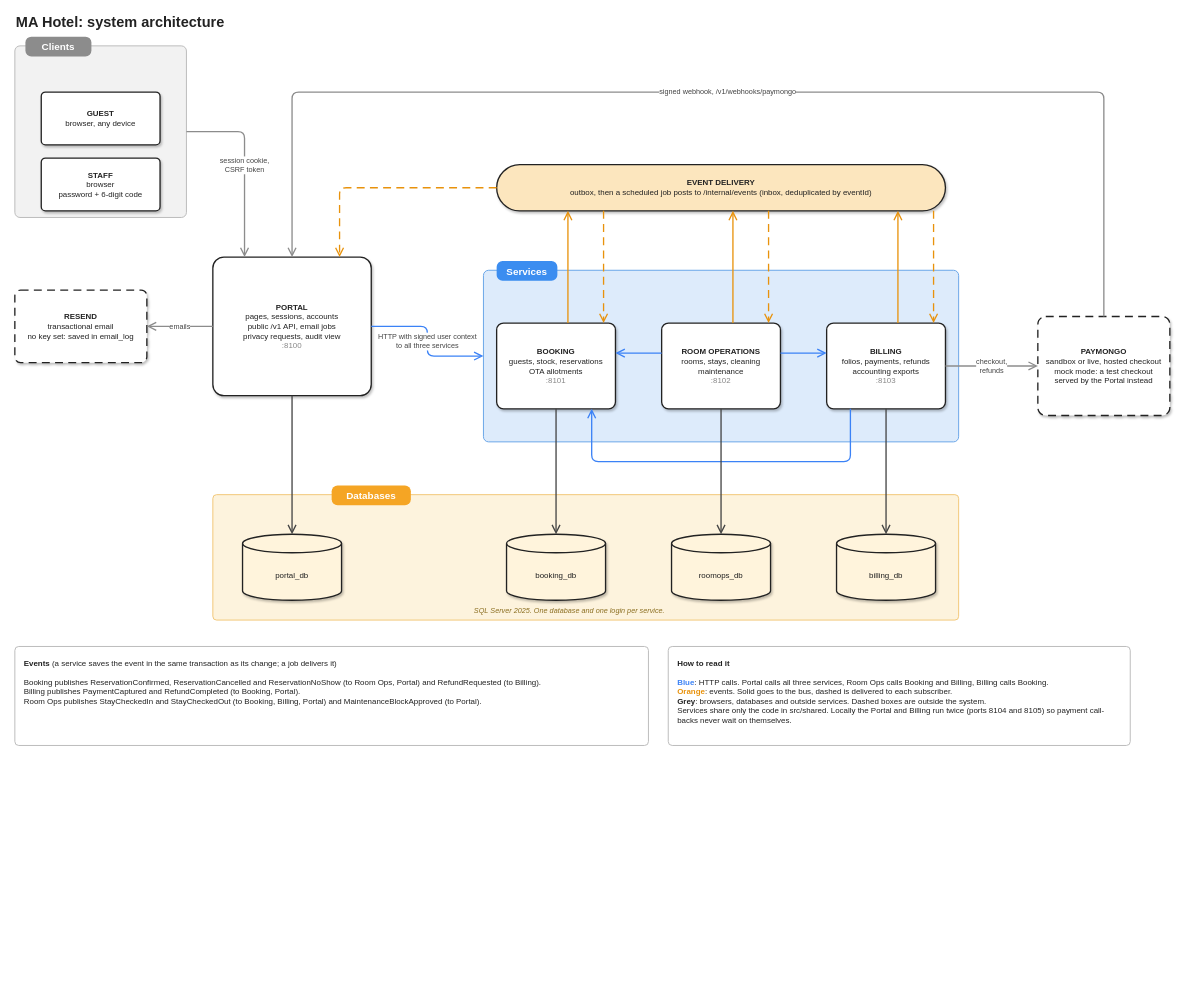
The draw.io diagram docs/architecture.drawio in 4regab/hotel-reservation-pms, before the edit. Source tidied: cells renumbered, new cells numbered last; positions are measured from the earlier drawing's top-left corner, leaving out a move shared by most shapes. Both pictures are drawn from the tidied source at 66%, with x=0, y=0 at pixel (15, 11).
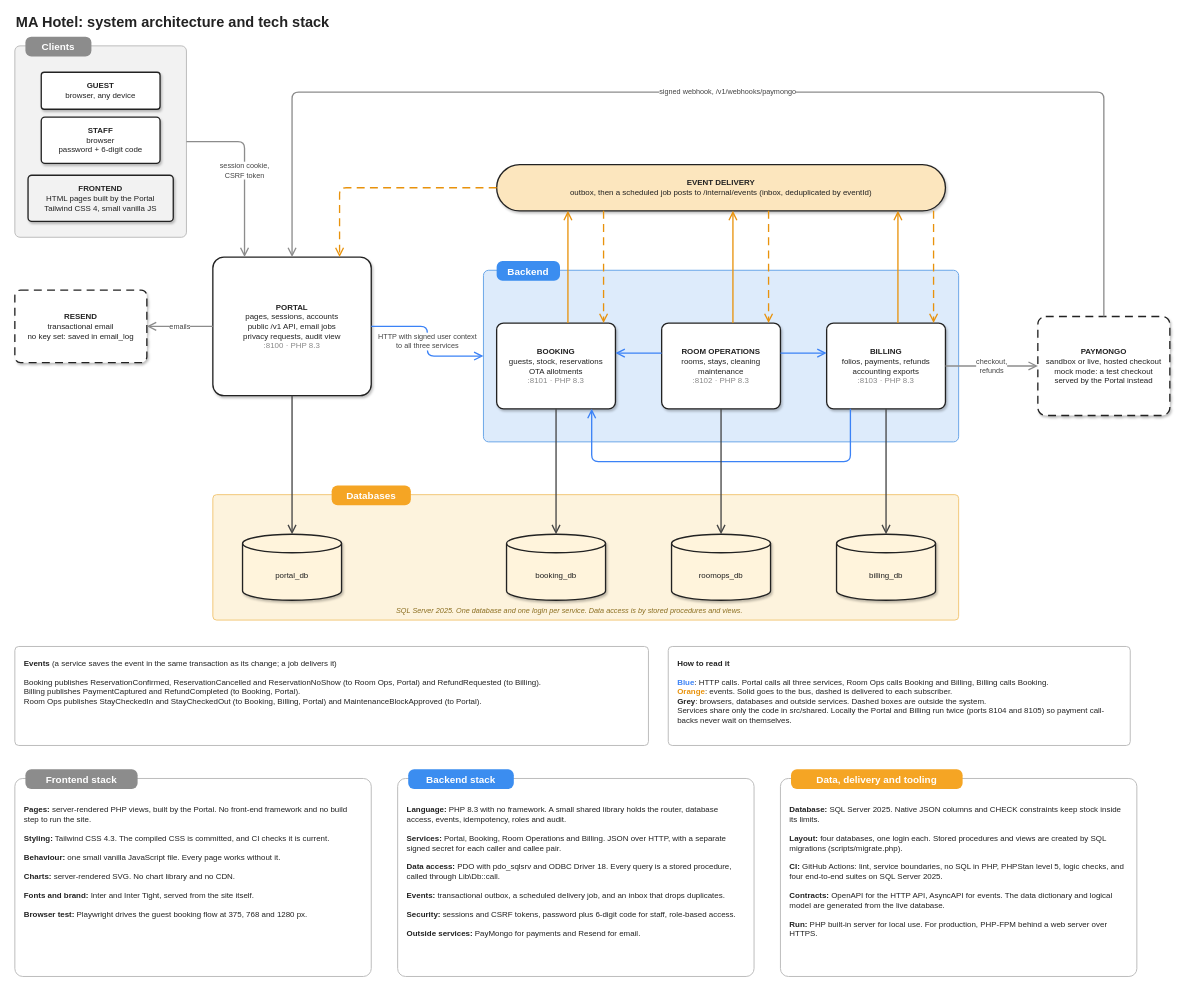
Above is the later version.

Commit message (it also covers changes not shown here):
Architecture diagram: add the frontend, backend and tech stack

Unchanged cells that the change refers to:
```xml
<mxCell id="9" style="rounded=1;arcSize=3;whiteSpace=wrap;html=1;fillColor=#DDEBFB;strokeColor=#6BA6E8;strokeWidth=1.5;" parent="1" vertex="1">
  <mxGeometry x="710" y="392" width="720" height="260" as="geometry" />
</mxCell>
```

Diff of the diagram source:
```diff
@@
-    <mxCell id="2" value="&lt;b&gt;MA Hotel: system architecture&lt;/b&gt;" style="text;html=1;align=left;verticalAlign=middle;fontSize=22;fontFamily=Helvetica;fontColor=#222222;" parent="1" vertex="1">
+    <mxCell id="2" value="&lt;b&gt;MA Hotel: system architecture and tech stack&lt;/b&gt;" style="text;html=1;align=left;verticalAlign=middle;fontSize=22;fontFamily=Helvetica;fontColor=#222222;" parent="1" vertex="1">
       <mxGeometry width="600" height="34" as="geometry" />
     </mxCell>
     <mxCell id="3" style="rounded=1;arcSize=3;whiteSpace=wrap;html=1;fillColor=#F2F2F2;strokeColor=#BDBDBD;strokeWidth=1.5;" parent="1" vertex="1">
-      <mxGeometry y="52" width="260" height="260" as="geometry" />
+      <mxGeometry y="52" width="260" height="290" as="geometry" />
     </mxCell>
@@
     <mxCell id="5" value="&lt;b&gt;GUEST&lt;/b&gt;&lt;br&gt;browser, any device" style="rounded=1;arcSize=8;whiteSpace=wrap;html=1;fillColor=#FFFFFF;strokeColor=#222222;strokeWidth=2;shadow=1;fontFamily=Helvetica;fontSize=12;fontColor=#222222;" parent="3" vertex="1">
-      <mxGeometry x="40" y="70" width="180" height="80" as="geometry" />
+      <mxGeometry x="40" y="40" width="180" height="56" as="geometry" />
     </mxCell>
     <mxCell id="6" value="&lt;b&gt;STAFF&lt;/b&gt;&lt;br&gt;browser&lt;br&gt;password + 6-digit code" style="rounded=1;arcSize=8;whiteSpace=wrap;html=1;fillColor=#FFFFFF;strokeColor=#222222;strokeWidth=2;shadow=1;fontFamily=Helvetica;fontSize=12;fontColor=#222222;" parent="3" vertex="1">
-      <mxGeometry x="40" y="170" width="180" height="80" as="geometry" />
+      <mxGeometry x="40" y="108" width="180" height="70" as="geometry" />
     </mxCell>
+    <mxCell id="44" value="&lt;b&gt;FRONTEND&lt;/b&gt;&lt;br&gt;HTML pages built by the Portal&lt;br&gt;Tailwind CSS 4, small vanilla JS" style="rounded=1;arcSize=8;whiteSpace=wrap;html=1;fillColor=#F2F2F2;strokeColor=#222222;strokeWidth=2;shadow=1;fontFamily=Helvetica;fontSize=12;fontColor=#222222;" parent="3" vertex="1">
+      <mxGeometry x="20" y="196" width="220" height="70" as="geometry" />
+    </mxCell>
@@
-    <mxCell id="8" value="&lt;b&gt;PORTAL&lt;/b&gt;&lt;br&gt;pages, sessions, accounts&lt;br&gt;public /v1 API, email jobs&lt;br&gt;privacy requests, audit view&lt;br&gt;&lt;font color=&quot;#888888&quot;&gt;:8100&lt;/font&gt;" style="rounded=1;arcSize=8;whiteSpace=wrap;html=1;fillColor=#FFFFFF;strokeColor=#222222;strokeWidth=2;shadow=1;fontFamily=Helvetica;fontSize=12;fontColor=#222222;" parent="1" vertex="1">
+    <mxCell id="8" value="&lt;b&gt;PORTAL&lt;/b&gt;&lt;br&gt;pages, sessions, accounts&lt;br&gt;public /v1 API, email jobs&lt;br&gt;privacy requests, audit view&lt;br&gt;&lt;font color=&quot;#888888&quot;&gt;:8100 · PHP 8.3&lt;/font&gt;" style="rounded=1;arcSize=8;whiteSpace=wrap;html=1;fillColor=#FFFFFF;strokeColor=#222222;strokeWidth=2;shadow=1;fontFamily=Helvetica;fontSize=12;fontColor=#222222;" parent="1" vertex="1">
       <mxGeometry x="300" y="372" width="240" height="210" as="geometry" />
     </mxCell>
@@
-    <mxCell id="10" value="Services" style="rounded=1;arcSize=30;whiteSpace=wrap;html=1;fillColor=#3B8DF0;strokeColor=none;fontColor=#FFFFFF;fontStyle=1;fontSize=15;fontFamily=Helvetica;" parent="1" vertex="1">
-      <mxGeometry x="730" y="378" width="92" height="30" as="geometry" />
+    <mxCell id="10" value="Backend" style="rounded=1;arcSize=30;whiteSpace=wrap;html=1;fillColor=#3B8DF0;strokeColor=none;fontColor=#FFFFFF;fontStyle=1;fontSize=15;fontFamily=Helvetica;" parent="1" vertex="1">
+      <mxGeometry x="730" y="378" width="96" height="30" as="geometry" />
     </mxCell>
-    <mxCell id="11" value="&lt;b&gt;BOOKING&lt;/b&gt;&lt;br&gt;guests, stock, reservations&lt;br&gt;OTA allotments&lt;br&gt;&lt;font color=&quot;#888888&quot;&gt;:8101&lt;/font&gt;" style="rounded=1;arcSize=8;whiteSpace=wrap;html=1;fillColor=#FFFFFF;strokeColor=#222222;strokeWidth=2;shadow=1;fontFamily=Helvetica;fontSize=12;fontColor=#222222;" parent="9" vertex="1">
+    <mxCell id="11" value="&lt;b&gt;BOOKING&lt;/b&gt;&lt;br&gt;guests, stock, reservations&lt;br&gt;OTA allotments&lt;br&gt;&lt;font color=&quot;#888888&quot;&gt;:8101 · PHP 8.3&lt;/font&gt;" style="rounded=1;arcSize=8;whiteSpace=wrap;html=1;fillColor=#FFFFFF;strokeColor=#222222;strokeWidth=2;shadow=1;fontFamily=Helvetica;fontSize=12;fontColor=#222222;" parent="9" vertex="1">
       <mxGeometry x="20" y="80" width="180" height="130" as="geometry" />
     </mxCell>
-    <mxCell id="12" value="&lt;b&gt;ROOM OPERATIONS&lt;/b&gt;&lt;br&gt;rooms, stays, cleaning&lt;br&gt;maintenance&lt;br&gt;&lt;font color=&quot;#888888&quot;&gt;:8102&lt;/font&gt;" style="rounded=1;arcSize=8;whiteSpace=wrap;html=1;fillColor=#FFFFFF;strokeColor=#222222;strokeWidth=2;shadow=1;fontFamily=Helvetica;fontSize=12;fontColor=#222222;" parent="9" vertex="1">
+    <mxCell id="12" value="&lt;b&gt;ROOM OPERATIONS&lt;/b&gt;&lt;br&gt;rooms, stays, cleaning&lt;br&gt;maintenance&lt;br&gt;&lt;font color=&quot;#888888&quot;&gt;:8102 · PHP 8.3&lt;/font&gt;" style="rounded=1;arcSize=8;whiteSpace=wrap;html=1;fillColor=#FFFFFF;strokeColor=#222222;strokeWidth=2;shadow=1;fontFamily=Helvetica;fontSize=12;fontColor=#222222;" parent="9" vertex="1">
       <mxGeometry x="270" y="80" width="180" height="130" as="geometry" />
     </mxCell>
-    <mxCell id="13" value="&lt;b&gt;BILLING&lt;/b&gt;&lt;br&gt;folios, payments, refunds&lt;br&gt;accounting exports&lt;br&gt;&lt;font color=&quot;#888888&quot;&gt;:8103&lt;/font&gt;" style="rounded=1;arcSize=8;whiteSpace=wrap;html=1;fillColor=#FFFFFF;strokeColor=#222222;strokeWidth=2;shadow=1;fontFamily=Helvetica;fontSize=12;fontColor=#222222;" parent="9" vertex="1">
+    <mxCell id="13" value="&lt;b&gt;BILLING&lt;/b&gt;&lt;br&gt;folios, payments, refunds&lt;br&gt;accounting exports&lt;br&gt;&lt;font color=&quot;#888888&quot;&gt;:8103 · PHP 8.3&lt;/font&gt;" style="rounded=1;arcSize=8;whiteSpace=wrap;html=1;fillColor=#FFFFFF;strokeColor=#222222;strokeWidth=2;shadow=1;fontFamily=Helvetica;fontSize=12;fontColor=#222222;" parent="9" vertex="1">
       <mxGeometry x="520" y="80" width="180" height="130" as="geometry" />
     </mxCell>
@@
-    <mxCell id="22" value="SQL Server 2025. One database and one login per service." style="text;html=1;align=center;verticalAlign=middle;fontSize=11;fontFamily=Helvetica;fontColor=#8A6D1F;fontStyle=2;" parent="1" vertex="1">
-      <mxGeometry x="600" y="898" width="480" height="20" as="geometry" />
+    <mxCell id="22" value="SQL Server 2025. One database and one login per service. Data access is by stored procedures and views." style="text;html=1;align=center;verticalAlign=middle;fontSize=11;fontFamily=Helvetica;fontColor=#8A6D1F;fontStyle=2;" parent="1" vertex="1">
+      <mxGeometry x="500" y="898" width="680" height="20" as="geometry" />
     </mxCell>
@@
+    <mxCell id="45" value="&lt;b&gt;Pages:&lt;/b&gt; server-rendered PHP views, built by the Portal. No front-end framework and no build step to run the site.&lt;br&gt;&lt;br&gt;&lt;b&gt;Styling:&lt;/b&gt; Tailwind CSS 4.3. The compiled CSS is committed, and CI checks it is current.&lt;br&gt;&lt;br&gt;&lt;b&gt;Behaviour:&lt;/b&gt; one small vanilla JavaScript file. Every page works without it.&lt;br&gt;&lt;br&gt;&lt;b&gt;Charts:&lt;/b&gt; server-rendered SVG. No chart library and no CDN.&lt;br&gt;&lt;br&gt;&lt;b&gt;Fonts and brand:&lt;/b&gt; Inter and Inter Tight, served from the site itself.&lt;br&gt;&lt;br&gt;&lt;b&gt;Browser test:&lt;/b&gt; Playwright drives the guest booking flow at 375, 768 and 1280 px." style="rounded=1;arcSize=4;whiteSpace=wrap;html=1;align=left;verticalAlign=top;spacing=14;spacingTop=22;fillColor=#FFFFFF;strokeColor=#BDBDBD;strokeWidth=1.5;fontSize=12;fontFamily=Helvetica;fontColor=#222222;" parent="1" vertex="1">
+      <mxGeometry y="1162" width="540" height="300" as="geometry" />
+    </mxCell>
+    <mxCell id="46" value="&lt;b&gt;Language:&lt;/b&gt; PHP 8.3 with no framework. A small shared library holds the router, database access, events, idempotency, roles and audit.&lt;br&gt;&lt;br&gt;&lt;b&gt;Services:&lt;/b&gt; Portal, Booking, Room Operations and Billing. JSON over HTTP, with a separate signed secret for each caller and callee pair.&lt;br&gt;&lt;br&gt;&lt;b&gt;Data access:&lt;/b&gt; PDO with pdo_sqlsrv and ODBC Driver 18. Every query is a stored procedure, called through Lib\Db::call.&lt;br&gt;&lt;br&gt;&lt;b&gt;Events:&lt;/b&gt; transactional outbox, a scheduled delivery job, and an inbox that drops duplicates.&lt;br&gt;&lt;br&gt;&lt;b&gt;Security:&lt;/b&gt; sessions and CSRF tokens, password plus 6-digit code for staff, role-based access.&lt;br&gt;&lt;br&gt;&lt;b&gt;Outside services:&lt;/b&gt; PayMongo for payments and Resend for email." style="rounded=1;arcSize=4;whiteSpace=wrap;html=1;align=left;verticalAlign=top;spacing=14;spacingTop=22;fillColor=#FFFFFF;strokeColor=#BDBDBD;strokeWidth=1.5;fontSize=12;fontFamily=Helvetica;fontColor=#222222;" parent="1" vertex="1">
+      <mxGeometry x="580" y="1162" width="540" height="300" as="geometry" />
+    </mxCell>
+    <mxCell id="47" value="&lt;b&gt;Database:&lt;/b&gt; SQL Server 2025. Native JSON columns and CHECK constraints keep stock inside its limits.&lt;br&gt;&lt;br&gt;&lt;b&gt;Layout:&lt;/b&gt; four databases, one login each. Stored procedures and views are created by SQL migrations (scripts/migrate.php).&lt;br&gt;&lt;br&gt;&lt;b&gt;CI:&lt;/b&gt; GitHub Actions: lint, service boundaries, no SQL in PHP, PHPStan level 5, logic checks, and four end-to-end suites on SQL Server 2025.&lt;br&gt;&lt;br&gt;&lt;b&gt;Contracts:&lt;/b&gt; OpenAPI for the HTTP API, AsyncAPI for events. The data dictionary and logical model are generated from the live database.&lt;br&gt;&lt;br&gt;&lt;b&gt;Run:&lt;/b&gt; PHP built-in server for local use. For production, PHP-FPM behind a web server over HTTPS." style="rounded=1;arcSize=4;whiteSpace=wrap;html=1;align=left;verticalAlign=top;spacing=14;spacingTop=22;fillColor=#FFFFFF;strokeColor=#BDBDBD;strokeWidth=1.5;fontSize=12;fontFamily=Helvetica;fontColor=#222222;" parent="1" vertex="1">
+      <mxGeometry x="1160" y="1162" width="540" height="300" as="geometry" />
+    </mxCell>
+    <mxCell id="48" value="Frontend stack" style="rounded=1;arcSize=30;whiteSpace=wrap;html=1;fillColor=#8C8C8C;strokeColor=none;fontColor=#FFFFFF;fontStyle=1;fontSize=15;fontFamily=Helvetica;" parent="1" vertex="1">
+      <mxGeometry x="16" y="1148" width="170" height="30" as="geometry" />
+    </mxCell>
+    <mxCell id="49" value="Backend stack" style="rounded=1;arcSize=30;whiteSpace=wrap;html=1;fillColor=#3B8DF0;strokeColor=none;fontColor=#FFFFFF;fontStyle=1;fontSize=15;fontFamily=Helvetica;" parent="1" vertex="1">
+      <mxGeometry x="596" y="1148" width="160" height="30" as="geometry" />
+    </mxCell>
+    <mxCell id="50" value="Data, delivery and tooling" style="rounded=1;arcSize=30;whiteSpace=wrap;html=1;fillColor=#F5A524;strokeColor=none;fontColor=#FFFFFF;fontStyle=1;fontSize=15;fontFamily=Helvetica;" parent="1" vertex="1">
+      <mxGeometry x="1176" y="1148" width="260" height="30" as="geometry" />
+    </mxCell>
```
